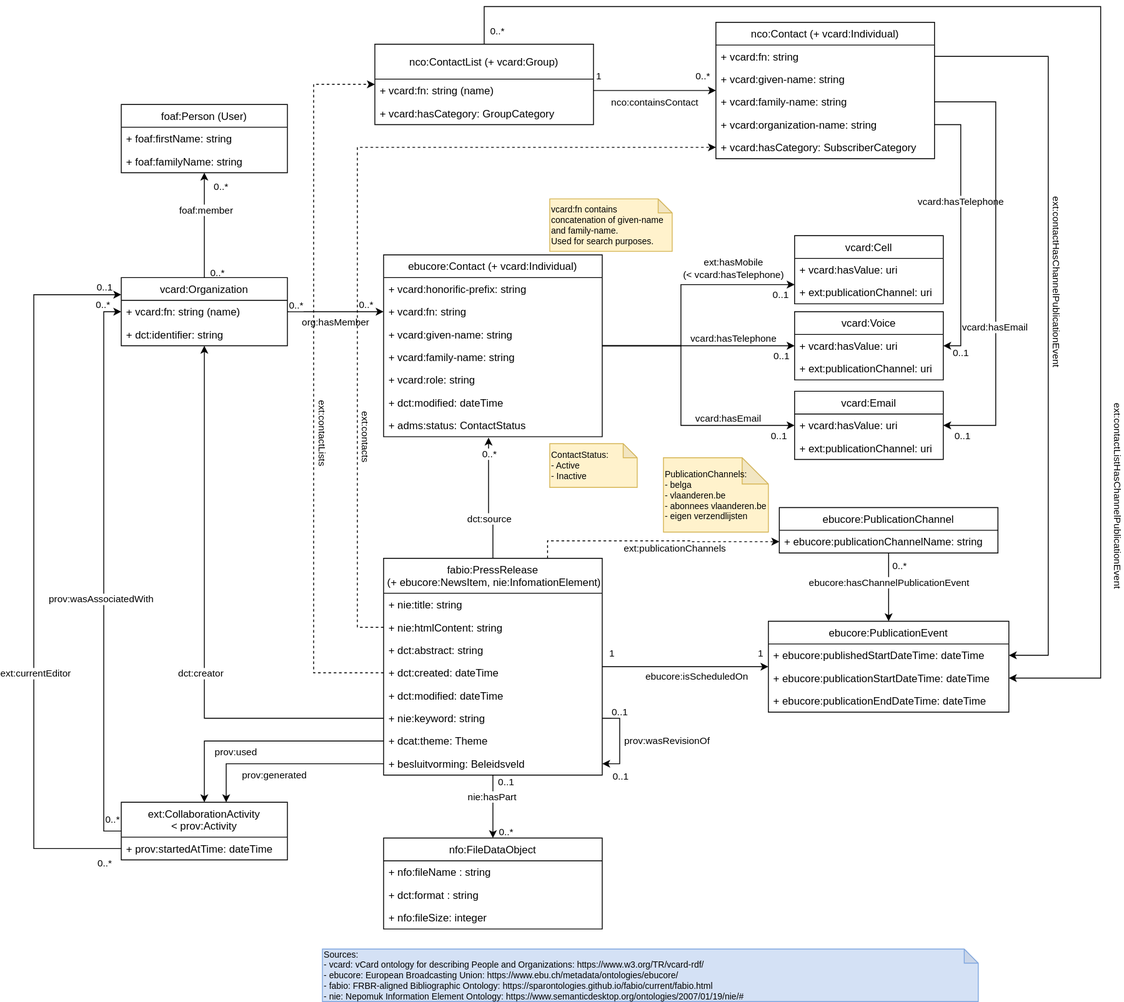
Earlier version of the draw.io export images/press-releases-data-model.svg (kanselarij-vlaanderen/kaleidos-documentation). Source tidied: cells renumbered, new cells last; positions are measured from the earlier drawing's top-left corner, leaving out a move shared by most shapes.
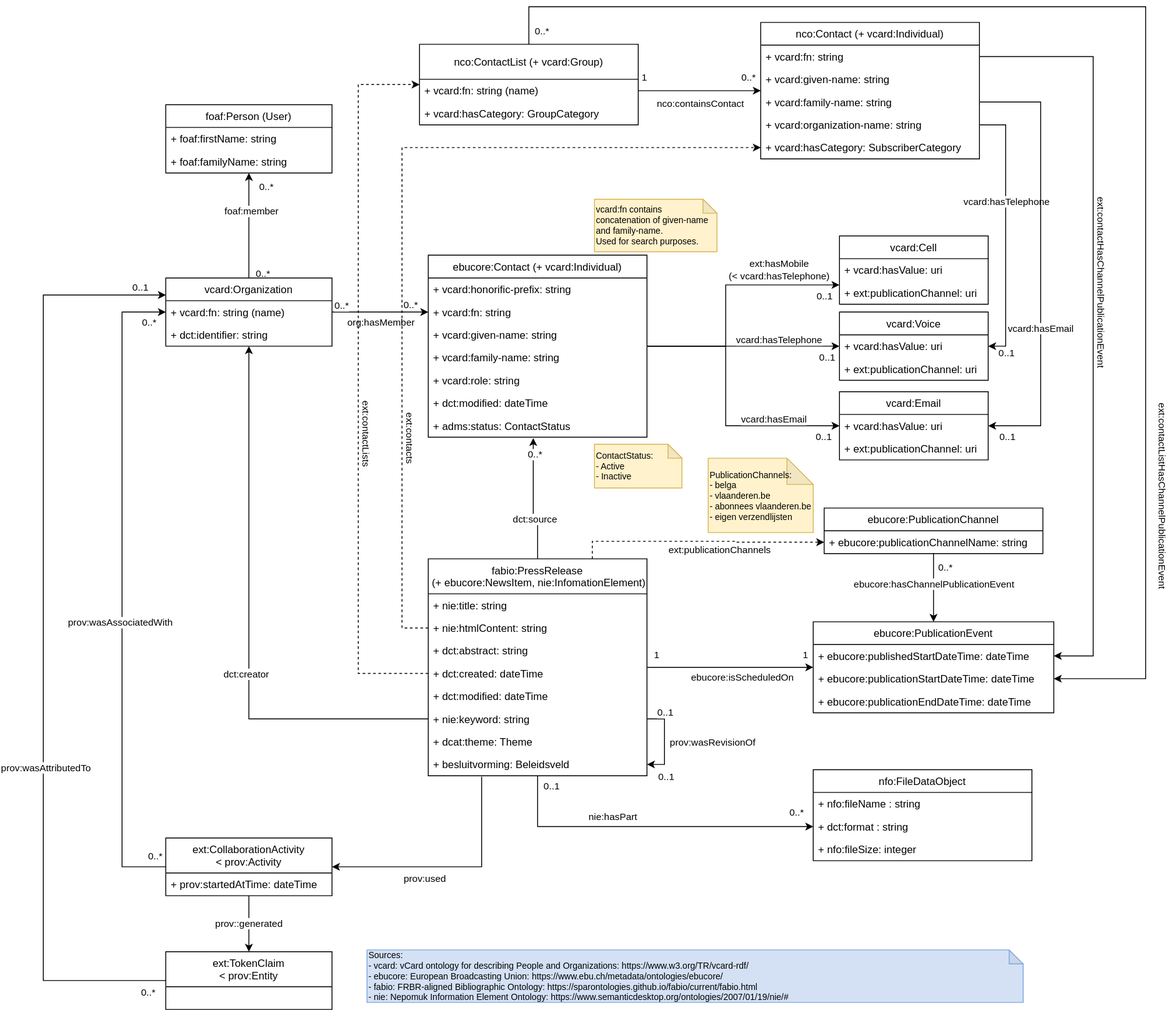
After the change.

Commit message:
Update press-releases data model

Add token-claim for a collaboration activity

What changed in the source:
```diff
@@ -266,20 +266,22 @@
         <mxPoint x="-9" y="-17" as="offset" />
       </mxGeometry>
     </mxCell>
-    <mxCell id="69" style="edgeStyle=orthogonalEdgeStyle;rounded=0;jettySize=auto;html=1;entryX=0.5;entryY=0;entryDx=0;entryDy=0;" parent="1" edge="1" source="80" target="101">
+    <mxCell id="69" style="edgeStyle=orthogonalEdgeStyle;rounded=0;jettySize=auto;html=1;entryX=0;entryY=0.5;entryDx=0;entryDy=0;" parent="1" edge="1" source="80" target="103">
       <mxGeometry relative="1" as="geometry" />
     </mxCell>
     <mxCell id="70" value="nie:hasPart" style="edgeLabel;html=1;align=center;verticalAlign=middle;" parent="69" vertex="1">
-      <mxGeometry x="-0.3" y="-1" relative="1" as="geometry" />
+      <mxGeometry x="-0.3" y="-1" relative="1" as="geometry">
+        <mxPoint x="12" y="-13" as="offset" />
+      </mxGeometry>
     </mxCell>
     <mxCell id="71" value="0..*" style="edgeLabel;html=1;align=center;verticalAlign=middle;" parent="69" vertex="1">
       <mxGeometry x="0.78" y="1" relative="1" as="geometry">
-        <mxPoint x="14" as="offset" />
+        <mxPoint x="21" y="-16" as="offset" />
       </mxGeometry>
     </mxCell>
     <mxCell id="72" value="0..1" style="edgeLabel;html=1;align=center;verticalAlign=middle;" parent="69" vertex="1">
       <mxGeometry x="-0.78" y="1" relative="1" as="geometry">
-        <mxPoint x="14" as="offset" />
+        <mxPoint x="14" y="-29" as="offset" />
       </mxGeometry>
     </mxCell>
     <mxCell id="73" style="edgeStyle=orthogonalEdgeStyle;rounded=0;jettySize=auto;html=1;exitX=0.5;exitY=0;exitDx=0;exitDy=0;entryX=0.48;entryY=1.038;entryDx=0;entryDy=0;entryPerimeter=0;" parent="1" edge="1" source="80" target="18">
@@ -397,7 +399,7 @@
       <mxGeometry y="78" width="275" height="26" as="geometry" />
     </mxCell>
     <mxCell id="101" value="nfo:FileDataObject" style="swimlane;fontStyle=0;horizontal=1;startSize=26;fillColor=none;" parent="1" vertex="1">
-      <mxGeometry x="400" y="951" width="250" height="104" as="geometry" />
+      <mxGeometry x="840" y="872" width="250" height="104" as="geometry" />
     </mxCell>
     <mxCell id="102" value="+ nfo:fileName : string" style="text;strokeColor=none;fillColor=none;align=left;verticalAlign=top;spacingLeft=4;spacingRight=4;overflow=hidden;" parent="101" vertex="1">
       <mxGeometry y="26" width="250" height="26" as="geometry" />
@@ -429,14 +431,19 @@
       <mxGeometry x="670" y="807" as="geometry" />
     </mxCell>
     <mxCell id="111" style="edgeStyle=orthogonalEdgeStyle;rounded=0;jettySize=auto;html=1;exitX=0;exitY=0.5;exitDx=0;exitDy=0;entryX=0;entryY=0.5;entryDx=0;entryDy=0;" parent="1" edge="1" source="115" target="34">
-      <mxGeometry relative="1" as="geometry" />
+      <mxGeometry relative="1" as="geometry">
+        <Array as="points">
+          <mxPoint x="50" y="983" />
+          <mxPoint x="50" y="349" />
+        </Array>
+      </mxGeometry>
     </mxCell>
     <mxCell id="112" value="prov:wasAssociatedWith" style="edgeLabel;html=1;align=center;verticalAlign=middle;" parent="111" vertex="1">
       <mxGeometry x="-0.1" y="3" relative="1" as="geometry" />
     </mxCell>
     <mxCell id="113" value="0..*" style="edgeLabel;html=1;align=center;verticalAlign=middle;" parent="111" vertex="1">
       <mxGeometry x="0.91" y="1" relative="1" as="geometry">
-        <mxPoint y="-16" as="offset" />
+        <mxPoint x="11" y="12" as="offset" />
       </mxGeometry>
     </mxCell>
     <mxCell id="114" value="0..*" style="edgeLabel;html=1;align=center;verticalAlign=middle;" parent="111" vertex="1">
@@ -444,13 +451,16 @@
         <mxPoint x="10" y="-13" as="offset" />
       </mxGeometry>
     </mxCell>
+    <mxCell id="129" value="prov::generated" style="edgeStyle=orthogonalEdgeStyle;rounded=0;jettySize=auto;html=1;" parent="1" edge="1" source="115" target="130">
+      <mxGeometry relative="1" as="geometry" />
+    </mxCell>
     <mxCell id="115" value="ext:CollaborationActivity &#10;&lt; prov:Activity" style="swimlane;fontStyle=0;horizontal=1;startSize=40;fillColor=none;" parent="1" vertex="1">
-      <mxGeometry x="100" y="910" width="190" height="66" as="geometry" />
+      <mxGeometry x="100" y="950" width="190" height="66" as="geometry" />
     </mxCell>
     <mxCell id="116" value="+ prov:startedAtTime: dateTime" style="text;strokeColor=none;fillColor=none;align=left;verticalAlign=top;spacingLeft=4;spacingRight=4;overflow=hidden;points=[[0,0.5],[1,0.5]];portConstraint=eastwest;" parent="115" vertex="1">
       <mxGeometry y="40" width="190" height="26" as="geometry" />
     </mxCell>
-    <mxCell id="117" style="edgeStyle=orthogonalEdgeStyle;rounded=0;jettySize=auto;html=1;exitX=0;exitY=0.5;exitDx=0;exitDy=0;" parent="1" edge="1" source="90" target="115">
+    <mxCell id="117" style="edgeStyle=orthogonalEdgeStyle;rounded=0;jettySize=auto;html=1;exitX=0.244;exitY=1.038;exitDx=0;exitDy=0;entryX=1;entryY=0.5;entryDx=0;entryDy=0;exitPerimeter=0;" parent="1" edge="1" source="91" target="115">
       <mxGeometry relative="1" as="geometry" />
     </mxCell>
     <mxCell id="118" value="prov:used" style="edgeLabel;html=1;align=center;verticalAlign=middle;" parent="117" vertex="1">
@@ -458,32 +468,20 @@
         <mxPoint x="17" y="11" as="offset" />
       </mxGeometry>
     </mxCell>
-    <mxCell id="119" style="edgeStyle=orthogonalEdgeStyle;rounded=0;jettySize=auto;html=1;exitX=0;exitY=0.5;exitDx=0;exitDy=0;" parent="1" edge="1" source="91" target="115">
-      <mxGeometry relative="1" as="geometry">
-        <Array as="points">
-          <mxPoint x="220" y="866" />
-        </Array>
-      </mxGeometry>
-    </mxCell>
-    <mxCell id="120" value="prov:generated" style="edgeLabel;html=1;align=center;verticalAlign=middle;" parent="119" vertex="1">
-      <mxGeometry x="0.12" y="4" relative="1" as="geometry">
-        <mxPoint y="9" as="offset" />
-      </mxGeometry>
-    </mxCell>
-    <mxCell id="121" style="edgeStyle=orthogonalEdgeStyle;rounded=0;jettySize=auto;html=1;exitX=0;exitY=0.5;exitDx=0;exitDy=0;entryX=0;entryY=0.25;entryDx=0;entryDy=0;" parent="1" edge="1" source="116" target="33">
+    <mxCell id="121" style="edgeStyle=orthogonalEdgeStyle;rounded=0;jettySize=auto;html=1;exitX=0;exitY=0.5;exitDx=0;exitDy=0;entryX=0;entryY=0.25;entryDx=0;entryDy=0;" parent="1" edge="1" source="130" target="33">
       <mxGeometry relative="1" as="geometry">
         <Array as="points">
-          <mxPoint y="963" />
-          <mxPoint y="330" />
+          <mxPoint x="-40" y="1113" />
+          <mxPoint x="-40" y="330" />
         </Array>
       </mxGeometry>
     </mxCell>
-    <mxCell id="122" value="ext:currentEditor" style="edgeLabel;html=1;align=center;verticalAlign=middle;" parent="121" vertex="1">
+    <mxCell id="122" value="prov:wasAttributedTo" style="edgeLabel;html=1;align=center;verticalAlign=middle;" parent="121" vertex="1">
       <mxGeometry x="-0.28" y="-2" relative="1" as="geometry" />
     </mxCell>
     <mxCell id="123" value="0..*" style="edgeLabel;html=1;align=center;verticalAlign=middle;" parent="121" vertex="1">
       <mxGeometry x="-0.91" y="5" relative="1" as="geometry">
-        <mxPoint x="16" y="12" as="offset" />
+        <mxPoint x="25" y="8" as="offset" />
       </mxGeometry>
     </mxCell>
     <mxCell id="124" value="0..1" style="edgeLabel;html=1;align=center;verticalAlign=middle;" parent="121" vertex="1">
@@ -517,5 +515,8 @@
         <mxPoint x="-102" y="332" as="offset" />
       </mxGeometry>
     </mxCell>
+    <mxCell id="130" value="ext:TokenClaim&#10;&lt; prov:Entity" style="swimlane;fontStyle=0;horizontal=1;startSize=40;fillColor=none;" parent="1" vertex="1">
+      <mxGeometry x="100" y="1080" width="190" height="66" as="geometry" />
+    </mxCell>
   </root>
 </mxGraphModel>
```
